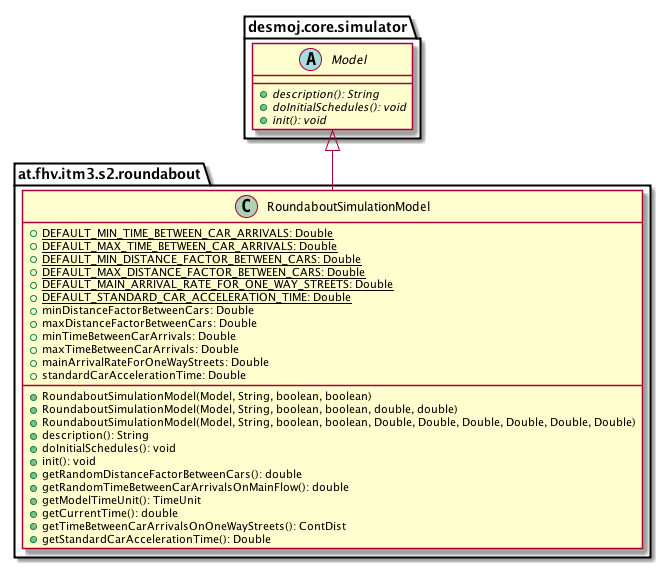
Before: images/uml-class/at.fhv.itm3.s2.roundabout.package.png, a diagram exported from PlantUML (sereGkaluv/Roundabout-Simulation-Library).
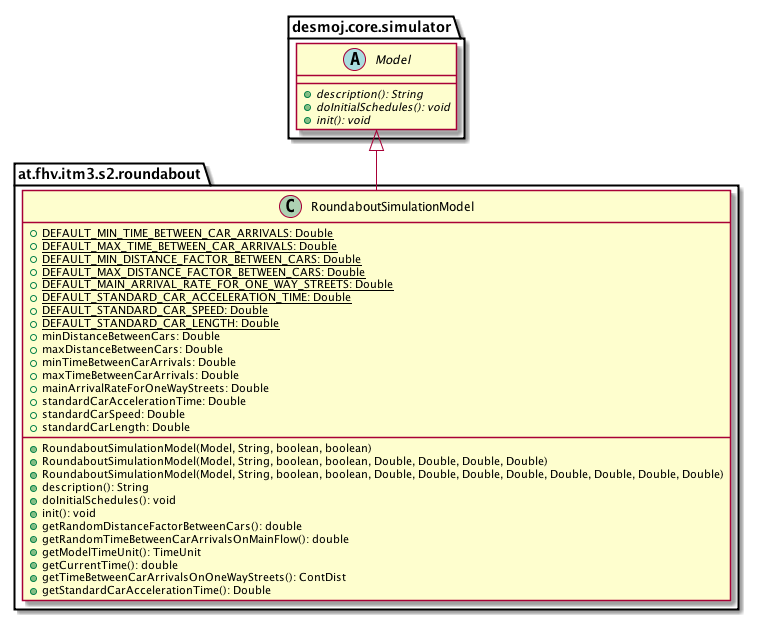
Later version of the same file.

Diff of the diagram source:
```diff
@@ -9,15 +9,19 @@
             {static} +DEFAULT_MAX_DISTANCE_FACTOR_BETWEEN_CARS: Double
             {static} +DEFAULT_MAIN_ARRIVAL_RATE_FOR_ONE_WAY_STREETS: Double
             {static} +DEFAULT_STANDARD_CAR_ACCELERATION_TIME: Double
-            +minDistanceFactorBetweenCars: Double
-            +maxDistanceFactorBetweenCars: Double
+            {static} +DEFAULT_STANDARD_CAR_SPEED: Double
+            {static} +DEFAULT_STANDARD_CAR_LENGTH: Double
+            +minDistanceBetweenCars: Double
+            +maxDistanceBetweenCars: Double
             +minTimeBetweenCarArrivals: Double
             +maxTimeBetweenCarArrivals: Double
             +mainArrivalRateForOneWayStreets: Double
             +standardCarAccelerationTime: Double
+            +standardCarSpeed: Double
+            +standardCarLength: Double
             +RoundaboutSimulationModel(Model, String, boolean, boolean)
-            +RoundaboutSimulationModel(Model, String, boolean, boolean, double, double)
-            +RoundaboutSimulationModel(Model, String, boolean, boolean, Double, Double, Double, Double, Double, Double)
+            +RoundaboutSimulationModel(Model, String, boolean, boolean, Double, Double, Double, Double)
+            +RoundaboutSimulationModel(Model, String, boolean, boolean, Double, Double, Double, Double, Double, Double, Double, Double)
             +description(): String
             +doInitialSchedules(): void
             +init(): void
```
